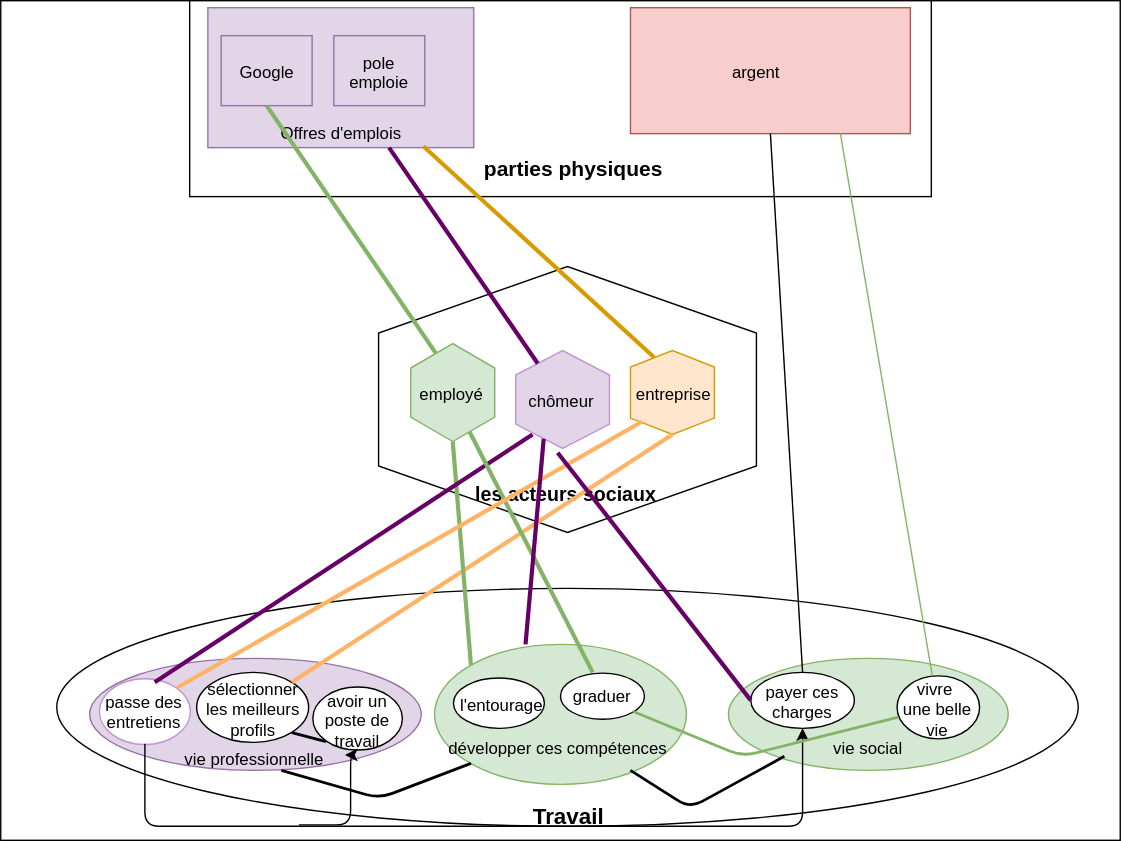
Before: HAFIS KAMELIA/modélisation de la capacité d'un individu.svg, a diagram exported from draw.io (samszo/GSI-AVUN_18-19). Source tidied: cells renumbered, new cells last; positions are measured from the earlier drawing's top-left corner, leaving out a move shared by most shapes.
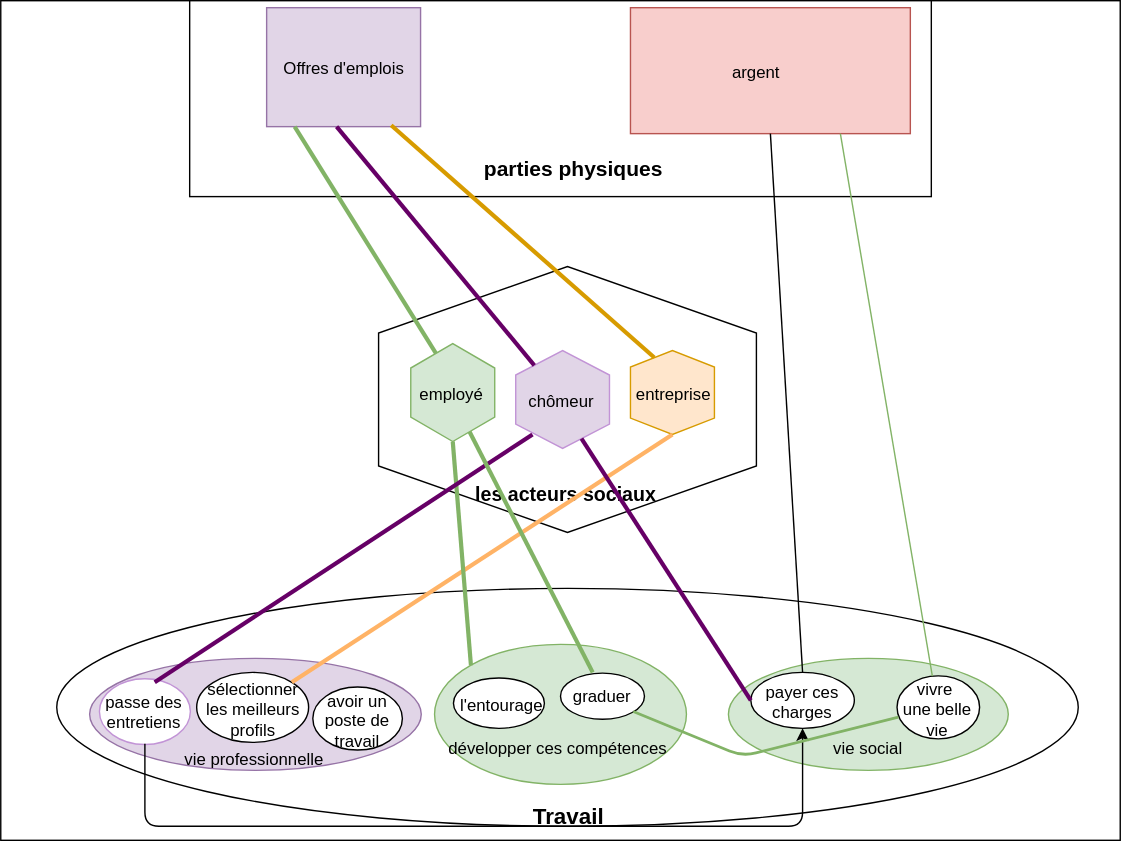
After the commit.

Diff of the diagram source:
```diff
@@ -8,8 +8,8 @@
     <mxCell id="3" style="rounded=0;whiteSpace=wrap;html=1;" parent="1" vertex="1">
       <mxGeometry x="135" width="530" height="140" as="geometry" />
     </mxCell>
-    <mxCell id="4" value="&lt;br&gt;&lt;br&gt;&lt;br&gt;&lt;br&gt;&lt;br&gt;Offres d'emplois&lt;br&gt;" style="rounded=0;whiteSpace=wrap;html=1;fillColor=#e1d5e7;strokeColor=#9673a6;" parent="1" vertex="1">
-      <mxGeometry x="148" y="5" width="190" height="100" as="geometry" />
+    <mxCell id="4" value="Offres d'emplois&lt;br&gt;" style="rounded=0;whiteSpace=wrap;html=1;fillColor=#e1d5e7;strokeColor=#9673a6;" parent="1" vertex="1">
+      <mxGeometry x="190" y="5" width="110" height="85" as="geometry" />
     </mxCell>
     <mxCell id="5" style="rounded=0;whiteSpace=wrap;html=1;fillColor=#f8cecc;strokeColor=#b85450;" parent="1" vertex="1">
       <mxGeometry x="450" y="5" width="200" height="90" as="geometry" />
@@ -38,9 +38,6 @@
     <mxCell id="13" value="entreprise" style="shape=hexagon;perimeter=hexagonPerimeter2;whiteSpace=wrap;html=1;direction=south;size=0.1958338737487793;fillColor=#ffe6cc;strokeColor=#d79b00;" parent="1" vertex="1">
       <mxGeometry x="450" y="250" width="60" height="60" as="geometry" />
     </mxCell>
-    <mxCell id="14" value="Google" style="rounded=0;whiteSpace=wrap;html=1;fillColor=#e1d5e7;strokeColor=#9673a6;" parent="1" vertex="1">
-      <mxGeometry x="157.5" y="25" width="65" height="50" as="geometry" />
-    </mxCell>
     <mxCell id="15" value="vivre&amp;nbsp;&lt;br&gt;une belle vie&lt;br&gt;" style="ellipse;whiteSpace=wrap;html=1;" parent="1" vertex="1">
       <mxGeometry x="640" y="482.5" width="59" height="45" as="geometry" />
     </mxCell>
@@ -65,7 +62,7 @@
     <mxCell id="22" value="argent" style="text;html=1;strokeColor=none;fillColor=none;align=center;verticalAlign=middle;whiteSpace=wrap;rounded=0;" parent="1" vertex="1">
       <mxGeometry x="505" y="40" width="70" height="20" as="geometry" />
     </mxCell>
-    <mxCell id="23" style="endArrow=none;html=1;strokeColor=#660066;strokeWidth=3;" parent="1" edge="1" source="12" target="4">
+    <mxCell id="23" style="endArrow=none;html=1;strokeColor=#660066;strokeWidth=3;entryX=0.198;entryY=0.643;entryDx=0;entryDy=0;entryPerimeter=0;" parent="1" edge="1" source="12" target="3">
       <mxGeometry relative="1" as="geometry" />
     </mxCell>
     <mxCell id="24" style="endArrow=none;html=1;strokeColor=#FFB366;strokeWidth=3;exitX=1;exitY=0.5;exitDx=0;exitDy=0;" parent="1" edge="1" source="13">
@@ -73,7 +70,7 @@
         <mxPoint x="208" y="487" as="targetPoint" />
       </mxGeometry>
     </mxCell>
-    <mxCell id="25" style="endArrow=none;html=1;strokeColor=#82b366;strokeWidth=3;exitX=0;exitY=0.75;exitDx=0;exitDy=0;entryX=0.5;entryY=1;entryDx=0;entryDy=0;fillColor=#d5e8d4;" parent="1" edge="1" source="11" target="14">
+    <mxCell id="25" style="endArrow=none;html=1;strokeColor=#82b366;strokeWidth=3;exitX=0;exitY=0.75;exitDx=0;exitDy=0;fillColor=#d5e8d4;entryX=0.142;entryY=0.643;entryDx=0;entryDy=0;entryPerimeter=0;" parent="1" edge="1" source="11" target="3">
       <mxGeometry relative="1" as="geometry" />
     </mxCell>
     <mxCell id="26" style="endArrow=none;html=1;strokeColor=#82b366;strokeWidth=3;exitX=1;exitY=0.5;exitDx=0;exitDy=0;fillColor=#d5e8d4;entryX=0;entryY=0;entryDx=0;entryDy=0;" parent="1" edge="1" source="11" target="19">
@@ -82,9 +79,6 @@
     <mxCell id="27" value="passe des entretiens" style="ellipse;whiteSpace=wrap;html=1;strokeColor=#C294D6;" parent="1" vertex="1">
       <mxGeometry x="70" y="484" width="65" height="47" as="geometry" />
     </mxCell>
-    <mxCell id="28" value="pole emploie" style="rounded=0;whiteSpace=wrap;html=1;fillColor=#e1d5e7;strokeColor=#9673a6;" parent="1" vertex="1">
-      <mxGeometry x="238" y="25" width="65" height="50" as="geometry" />
-    </mxCell>
     <mxCell id="29" style="endArrow=none;html=1;strokeColor=#660066;strokeWidth=3;exitX=0.857;exitY=0.821;exitDx=0;exitDy=0;exitPerimeter=0;entryX=0.622;entryY=0.073;entryDx=0;entryDy=0;entryPerimeter=0;" parent="1" edge="1" source="12" target="27">
       <mxGeometry relative="1" as="geometry" />
     </mxCell>
@@ -96,15 +90,6 @@
         </Array>
       </mxGeometry>
     </mxCell>
-    <mxCell id="31" style="edgeStyle=segmentEdgeStyle;endArrow=classic;html=1;strokeColor=#000000;strokeWidth=1;entryX=0.364;entryY=1.089;entryDx=0;entryDy=0;entryPerimeter=0;" parent="1" edge="1" target="17">
-      <mxGeometry relative="1" as="geometry">
-        <mxPoint x="213" y="589" as="sourcePoint" />
-        <Array as="points">
-          <mxPoint x="250" y="589" />
-          <mxPoint x="250" y="539" />
-        </Array>
-      </mxGeometry>
-    </mxCell>
     <mxCell id="32" style="endArrow=none;html=1;strokeColor=#000000;strokeWidth=1;exitX=0.5;exitY=0;exitDx=0;exitDy=0;entryX=0.5;entryY=1;entryDx=0;entryDy=0;" parent="1" edge="1" source="16" target="5">
       <mxGeometry relative="1" as="geometry" />
     </mxCell>
@@ -126,38 +111,8 @@
     <mxCell id="36" style="endArrow=none;html=1;strokeColor=#d79b00;strokeWidth=3;exitX=0;exitY=0.75;exitDx=0;exitDy=0;fillColor=#ffe6cc;entryX=0.808;entryY=0.991;entryDx=0;entryDy=0;entryPerimeter=0;" parent="1" edge="1" source="13" target="4">
       <mxGeometry relative="1" as="geometry" />
     </mxCell>
-    <mxCell id="37" style="endArrow=none;html=1;strokeColor=#FFB366;strokeWidth=3;entryX=1;entryY=0;entryDx=0;entryDy=0;exitX=0.846;exitY=0.863;exitDx=0;exitDy=0;exitPerimeter=0;" parent="1" edge="1" source="13" target="27">
-      <mxGeometry relative="1" as="geometry" />
-    </mxCell>
-    <mxCell id="38" style="endArrow=none;html=1;strokeColor=#000000;strokeWidth=2;exitX=1;exitY=1;exitDx=0;exitDy=0;" parent="1" edge="1" source="18">
-      <mxGeometry relative="1" as="geometry">
-        <mxPoint x="232.5" y="529.5" as="targetPoint" />
-      </mxGeometry>
-    </mxCell>
-    <mxCell id="39" style="endArrow=none;html=1;strokeColor=#660066;strokeWidth=3;exitX=1;exitY=0.75;exitDx=0;exitDy=0;entryX=0.36;entryY=-0.003;entryDx=0;entryDy=0;entryPerimeter=0;" parent="1" edge="1" source="12" target="19">
-      <mxGeometry relative="1" as="geometry" />
-    </mxCell>
-    <mxCell id="40" style="endArrow=none;html=1;strokeColor=#660066;strokeWidth=3;exitX=1;exitY=0.75;exitDx=0;exitDy=0;entryX=0;entryY=0.5;entryDx=0;entryDy=0;" parent="1" edge="1" target="16">
-      <mxGeometry relative="1" as="geometry">
-        <mxPoint x="398" y="323" as="sourcePoint" />
-      </mxGeometry>
+    <mxCell id="40" style="endArrow=none;html=1;strokeColor=#660066;strokeWidth=3;exitX=1;exitY=0.25;exitDx=0;exitDy=0;entryX=0;entryY=0.5;entryDx=0;entryDy=0;" parent="1" edge="1" source="12" target="16">
+      <mxGeometry relative="1" as="geometry" />
     </mxCell>
-    <mxCell id="41" style="endArrow=none;html=1;strokeColor=#000000;strokeWidth=2;entryX=0;entryY=1;entryDx=0;entryDy=0;" parent="1" edge="1" target="19">
-      <mxGeometry relative="1" as="geometry">
-        <mxPoint x="200.5" y="550" as="sourcePoint" />
-        <Array as="points">
-          <mxPoint x="270.5" y="570" />
-        </Array>
-      </mxGeometry>
-    </mxCell>
-    <mxCell id="42" style="endArrow=none;html=1;strokeColor=#000000;strokeWidth=2;" parent="1" edge="1">
-      <mxGeometry relative="1" as="geometry">
-        <mxPoint x="450" y="550" as="sourcePoint" />
-        <mxPoint x="560" y="540" as="targetPoint" />
-        <Array as="points">
-          <mxPoint x="492.5" y="577" />
-        </Array>
-      </mxGeometry>
-    </mxCell>
   </root>
 </mxGraphModel>
```
